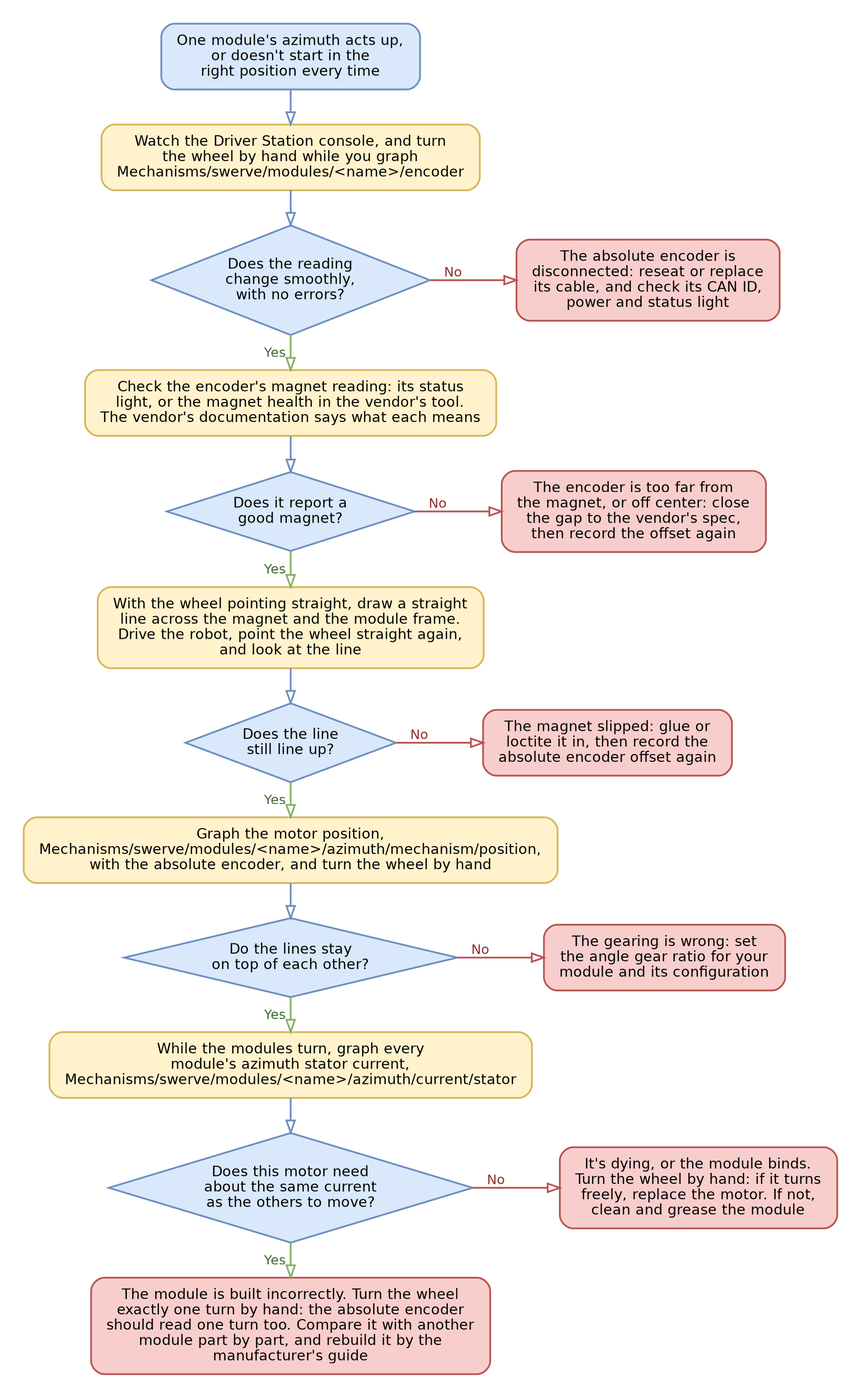
Before: .gitbook/assets/yagsl-flowchart-azimuth.png, a diagram exported from Graphviz (Yet-Another-Software-Suite/YAGSL-gitbook). Its source is kept beside it as .gitbook/assets/yagsl-flowchart-azimuth.dot.
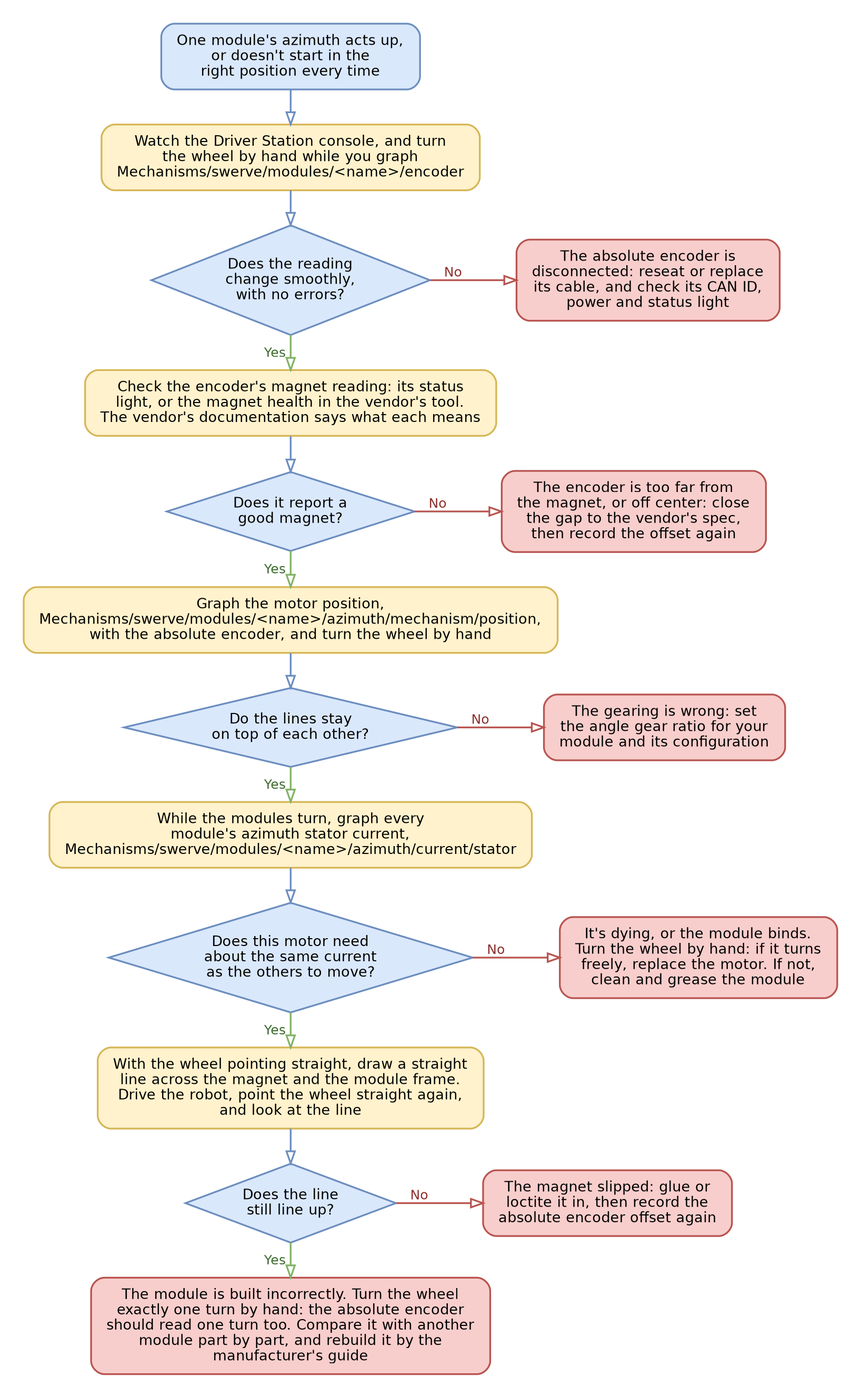
The same diagram one commit later.

Change to the diagram source:
```diff
@@ -19,36 +19,23 @@
   h2 -> q2 [color="#6c8ebf", weight=10];
   q2 -> f2 [xlabel=" No ", color="#b85450", fontcolor="#8c2f2b"];
   q2 -> h3 [xlabel=" Yes ", color="#82b366", fontcolor="#3d6b2f", weight=10];
-  h3 [label="With the wheel pointing straight, draw a straight
-line across the magnet and the module frame.
-Drive the robot, point the wheel straight again,
-and look at the line", shape=box, style="rounded,filled", fillcolor="#fff2cc", color="#d6b656"];
-  q3 [label="Does the line
-still line up?", shape=diamond, style=filled, fillcolor="#dae8fc", color="#6c8ebf", margin="0.05,0.05"];
-  f3 [label="The magnet slipped: glue or
-loctite it in, then record the
-absolute encoder offset again", shape=box, style="rounded,filled", fillcolor="#f8cecc", color="#b85450"];
+  h3 [label="Graph the motor position,\nMechanisms/swerve/modules/<name>/azimuth/mechanism/position,\nwith the absolute encoder, and turn the wheel by hand", shape=box, style="rounded,filled", fillcolor="#fff2cc", color="#d6b656"];
+  q3 [label="Do the lines stay\non top of each other?", shape=diamond, style=filled, fillcolor="#dae8fc", color="#6c8ebf", margin="0.05,0.05"];
+  f3 [label="The gearing is wrong: set\nthe angle gear ratio for your\nmodule and its configuration", shape=box, style="rounded,filled", fillcolor="#f8cecc", color="#b85450"];
   {rank=same; q3; f3;}
   h3 -> q3 [color="#6c8ebf", weight=10];
   q3 -> f3 [xlabel=" No ", color="#b85450", fontcolor="#8c2f2b"];
   q3 -> h4 [xlabel=" Yes ", color="#82b366", fontcolor="#3d6b2f", weight=10];
-  h4 [label="Graph the motor position,\nMechanisms/swerve/modules/<name>/azimuth/mechanism/position,\nwith the absolute encoder, and turn the wheel by hand", shape=box, style="rounded,filled", fillcolor="#fff2cc", color="#d6b656"];
-  q4 [label="Do the lines stay\non top of each other?", shape=diamond, style=filled, fillcolor="#dae8fc", color="#6c8ebf", margin="0.05,0.05"];
-  f4 [label="The gearing is wrong: set\nthe angle gear ratio for your\nmodule and its configuration", shape=box, style="rounded,filled", fillcolor="#f8cecc", color="#b85450"];
+  h4 [label="While the modules turn, graph every\nmodule's azimuth stator current,\nMechanisms/swerve/modules/<name>/azimuth/current/stator", shape=box, style="rounded,filled", fillcolor="#fff2cc", color="#d6b656"];
+  q4 [label="Does this motor need\nabout the same current\nas the others to move?", shape=diamond, style=filled, fillcolor="#dae8fc", color="#6c8ebf", margin="0.05,0.05"];
+  f4 [label="It's dying, or the module binds.\nTurn the wheel by hand: if it turns\nfreely, replace the motor. If not,\nclean and grease the module", shape=box, style="rounded,filled", fillcolor="#f8cecc", color="#b85450"];
   {rank=same; q4; f4;}
   h4 -> q4 [color="#6c8ebf", weight=10];
   q4 -> f4 [xlabel=" No ", color="#b85450", fontcolor="#8c2f2b"];
   q4 -> h5 [xlabel=" Yes ", color="#82b366", fontcolor="#3d6b2f", weight=10];
-  h5 [label="While the modules turn, graph every
-module's azimuth stator current,
-Mechanisms/swerve/modules/<name>/azimuth/current/stator", shape=box, style="rounded,filled", fillcolor="#fff2cc", color="#d6b656"];
-  q5 [label="Does this motor need
-about the same current
-as the others to move?", shape=diamond, style=filled, fillcolor="#dae8fc", color="#6c8ebf", margin="0.05,0.05"];
-  f5 [label="It's dying, or the module binds.
-Turn the wheel by hand: if it turns
-freely, replace the motor. If not,
-clean and grease the module", shape=box, style="rounded,filled", fillcolor="#f8cecc", color="#b85450"];
+  h5 [label="With the wheel pointing straight, draw a straight\nline across the magnet and the module frame.\nDrive the robot, point the wheel straight again,\nand look at the line", shape=box, style="rounded,filled", fillcolor="#fff2cc", color="#d6b656"];
+  q5 [label="Does the line\nstill line up?", shape=diamond, style=filled, fillcolor="#dae8fc", color="#6c8ebf", margin="0.05,0.05"];
+  f5 [label="The magnet slipped: glue or\nloctite it in, then record the\nabsolute encoder offset again", shape=box, style="rounded,filled", fillcolor="#f8cecc", color="#b85450"];
   {rank=same; q5; f5;}
   h5 -> q5 [color="#6c8ebf", weight=10];
   q5 -> f5 [xlabel=" No ", color="#b85450", fontcolor="#8c2f2b"];
```
